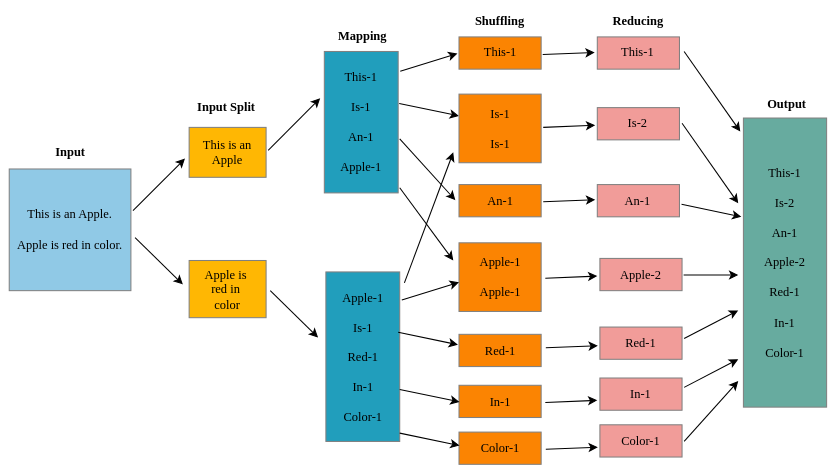
Earlier version of the draw.io export img/ch-intro/map-reduce.svg (godaai/scale-py-zh). Source tidied: cells renumbered, new cells last; positions are measured from the earlier drawing's top-left corner, leaving out a move shared by most shapes.
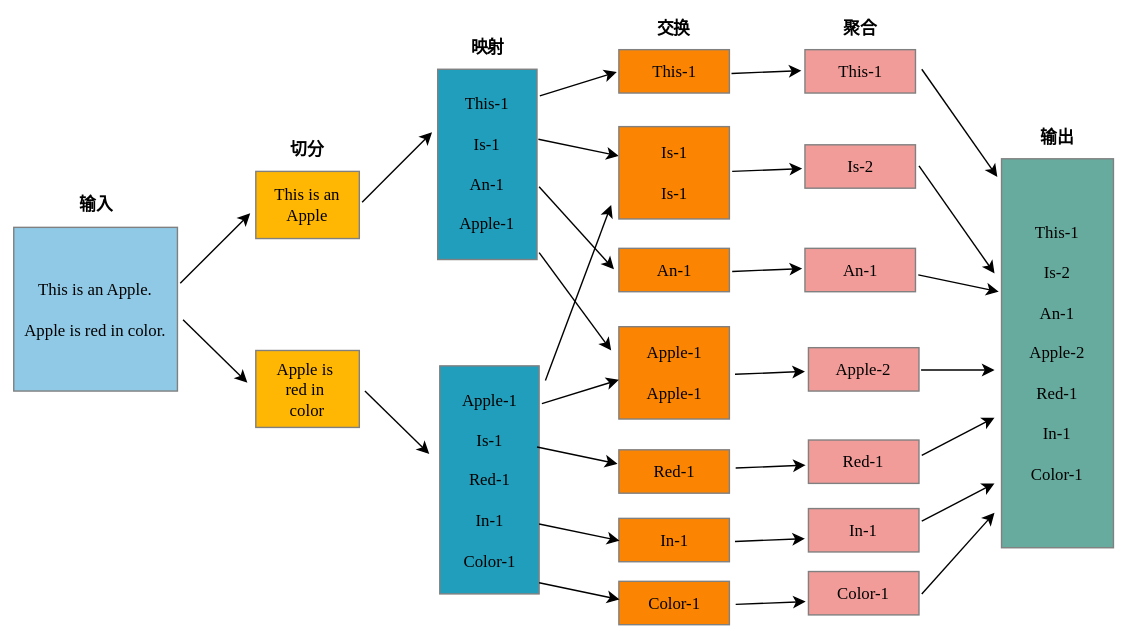
Above is the later version.

Diff of the diagram source:
```diff
@@ -38,14 +38,14 @@
         <mxPoint x="306" y="324" as="targetPoint" />
       </mxGeometry>
     </mxCell>
-    <mxCell id="10" value="&lt;font face=&quot;Verdana&quot;&gt;&lt;b&gt;Input&lt;/b&gt;&lt;/font&gt;" style="text;html=1;align=center;verticalAlign=middle;whiteSpace=wrap;rounded=0;" parent="1" vertex="1">
+    <mxCell id="10" value="&lt;font face=&quot;Helvetica&quot;&gt;输入&lt;/font&gt;" style="text;html=1;align=center;verticalAlign=middle;whiteSpace=wrap;rounded=0;fontStyle=1;" parent="1" vertex="1">
       <mxGeometry x="37.5" y="131" width="60" height="30" as="geometry" />
     </mxCell>
-    <mxCell id="11" value="&lt;font face=&quot;Verdana&quot;&gt;&lt;b&gt;Input Split&lt;/b&gt;&lt;/font&gt;" style="text;html=1;align=center;verticalAlign=middle;whiteSpace=wrap;rounded=0;" parent="1" vertex="1">
-      <mxGeometry x="174" y="88" width="88" height="30" as="geometry" />
+    <mxCell id="11" value="切分" style="text;html=1;align=center;verticalAlign=middle;whiteSpace=wrap;rounded=0;fontFamily=Helvetica;fontStyle=1;" parent="1" vertex="1">
+      <mxGeometry x="175" y="92" width="88" height="30" as="geometry" />
     </mxCell>
-    <mxCell id="12" value="&lt;font face=&quot;Verdana&quot;&gt;&lt;b&gt;Mapping&lt;/b&gt;&lt;/font&gt;" style="text;html=1;align=center;verticalAlign=middle;whiteSpace=wrap;rounded=0;" parent="1" vertex="1">
-      <mxGeometry x="305" y="19" width="88" height="30" as="geometry" />
+    <mxCell id="12" value="映射" style="text;html=1;align=center;verticalAlign=middle;whiteSpace=wrap;rounded=0;fontFamily=Helvetica;fontStyle=1;" parent="1" vertex="1">
+      <mxGeometry x="303.5" y="19" width="88" height="30" as="geometry" />
     </mxCell>
     <mxCell id="13" value="&lt;font face=&quot;Verdana&quot;&gt;This-1&lt;/font&gt;&lt;div&gt;&lt;font face=&quot;Verdana&quot;&gt;&lt;br&gt;&lt;/font&gt;&lt;div&gt;&lt;font face=&quot;Verdana&quot;&gt;Is-1&lt;/font&gt;&lt;/div&gt;&lt;div&gt;&lt;font face=&quot;Verdana&quot;&gt;&lt;br&gt;&lt;/font&gt;&lt;/div&gt;&lt;div&gt;&lt;font face=&quot;Verdana&quot;&gt;An-1&lt;/font&gt;&lt;/div&gt;&lt;div&gt;&lt;font face=&quot;Verdana&quot;&gt;&lt;br&gt;&lt;/font&gt;&lt;/div&gt;&lt;div&gt;&lt;font face=&quot;Verdana&quot;&gt;Apple-1&lt;/font&gt;&lt;/div&gt;&lt;/div&gt;" style="rounded=0;whiteSpace=wrap;html=1;fillColor=#219EBC;strokeColor=#808080;" parent="1" vertex="1">
       <mxGeometry x="312" y="49" width="71" height="136" as="geometry" />
@@ -59,7 +59,7 @@
         <mxPoint x="440" y="51" as="targetPoint" />
       </mxGeometry>
     </mxCell>
-    <mxCell id="16" value="&lt;font face=&quot;Verdana&quot;&gt;&lt;b&gt;Shuffling&lt;/b&gt;&lt;/font&gt;" style="text;html=1;align=center;verticalAlign=middle;whiteSpace=wrap;rounded=0;" parent="1" vertex="1">
+    <mxCell id="16" value="交换" style="text;html=1;align=center;verticalAlign=middle;whiteSpace=wrap;rounded=0;fontFamily=Helvetica;fontStyle=1;" parent="1" vertex="1">
       <mxGeometry x="437" y="5" width="88" height="30" as="geometry" />
     </mxCell>
     <mxCell id="17" value="&lt;font face=&quot;Verdana&quot;&gt;This-1&lt;/font&gt;" style="rounded=0;whiteSpace=wrap;html=1;strokeColor=#808080;fillColor=#FB8402;" parent="1" vertex="1">
@@ -131,7 +131,7 @@
         <mxPoint x="442" y="428" as="targetPoint" />
       </mxGeometry>
     </mxCell>
-    <mxCell id="32" value="&lt;font face=&quot;Verdana&quot;&gt;&lt;b&gt;Reducing&lt;/b&gt;&lt;/font&gt;" style="text;html=1;align=center;verticalAlign=middle;whiteSpace=wrap;rounded=0;" parent="1" vertex="1">
+    <mxCell id="32" value="聚合" style="text;html=1;align=center;verticalAlign=middle;whiteSpace=wrap;rounded=0;fontFamily=Helvetica;fontStyle=1;" parent="1" vertex="1">
       <mxGeometry x="570" y="5" width="88" height="30" as="geometry" />
     </mxCell>
     <mxCell id="33" value="&lt;font face=&quot;Verdana&quot;&gt;This-1&lt;/font&gt;" style="rounded=0;whiteSpace=wrap;html=1;strokeColor=#808080;fillColor=#F19C99;" parent="1" vertex="1">
@@ -200,8 +200,8 @@
     <mxCell id="47" value="&lt;span style=&quot;font-family: Verdana;&quot;&gt;This-1&lt;/span&gt;&lt;div&gt;&lt;span style=&quot;font-family: Verdana;&quot;&gt;&lt;br&gt;&lt;/span&gt;&lt;/div&gt;&lt;div&gt;&lt;span style=&quot;font-family: Verdana;&quot;&gt;Is-2&lt;/span&gt;&lt;span style=&quot;font-family: Verdana;&quot;&gt;&lt;br&gt;&lt;/span&gt;&lt;/div&gt;&lt;div&gt;&lt;span style=&quot;font-family: Verdana;&quot;&gt;&lt;br&gt;&lt;/span&gt;&lt;/div&gt;&lt;div&gt;&lt;span style=&quot;font-family: Verdana;&quot;&gt;An-1&lt;/span&gt;&lt;span style=&quot;font-family: Verdana;&quot;&gt;&lt;br&gt;&lt;/span&gt;&lt;/div&gt;&lt;div&gt;&lt;span style=&quot;font-family: Verdana;&quot;&gt;&lt;br&gt;&lt;/span&gt;&lt;/div&gt;&lt;div&gt;&lt;span style=&quot;font-family: Verdana;&quot;&gt;Apple-2&lt;/span&gt;&lt;span style=&quot;font-family: Verdana;&quot;&gt;&lt;br&gt;&lt;/span&gt;&lt;/div&gt;&lt;div&gt;&lt;span style=&quot;font-family: Verdana;&quot;&gt;&lt;br&gt;&lt;/span&gt;&lt;/div&gt;&lt;div&gt;&lt;span style=&quot;font-family: Verdana;&quot;&gt;Red-1&lt;/span&gt;&lt;span style=&quot;font-family: Verdana;&quot;&gt;&lt;br&gt;&lt;/span&gt;&lt;/div&gt;&lt;div&gt;&lt;span style=&quot;font-family: Verdana;&quot;&gt;&lt;br&gt;&lt;/span&gt;&lt;/div&gt;&lt;div&gt;&lt;span style=&quot;font-family: Verdana;&quot;&gt;In-1&lt;/span&gt;&lt;span style=&quot;font-family: Verdana;&quot;&gt;&lt;br&gt;&lt;/span&gt;&lt;/div&gt;&lt;div&gt;&lt;span style=&quot;font-family: Verdana;&quot;&gt;&lt;br&gt;&lt;/span&gt;&lt;/div&gt;&lt;div&gt;&lt;span style=&quot;font-family: Verdana;&quot;&gt;Color-1&lt;/span&gt;&lt;span style=&quot;font-family: Verdana;&quot;&gt;&lt;br&gt;&lt;/span&gt;&lt;/div&gt;" style="rounded=0;whiteSpace=wrap;html=1;strokeColor=#808080;fillColor=#67AB9F;" parent="1" vertex="1">
       <mxGeometry x="715" y="113" width="80" height="278" as="geometry" />
     </mxCell>
-    <mxCell id="48" value="&lt;font face=&quot;Verdana&quot;&gt;&lt;b&gt;Output&lt;/b&gt;&lt;/font&gt;" style="text;html=1;align=center;verticalAlign=middle;whiteSpace=wrap;rounded=0;" parent="1" vertex="1">
-      <mxGeometry x="713" y="85" width="88" height="30" as="geometry" />
+    <mxCell id="48" value="输出" style="text;html=1;align=center;verticalAlign=middle;whiteSpace=wrap;rounded=0;fontFamily=Helvetica;fontStyle=1;" parent="1" vertex="1">
+      <mxGeometry x="711" y="83" width="88" height="30" as="geometry" />
     </mxCell>
     <mxCell id="49" style="endArrow=classic;html=1;rounded=0;" parent="1" edge="1">
       <mxGeometry relative="1" as="geometry">
```
